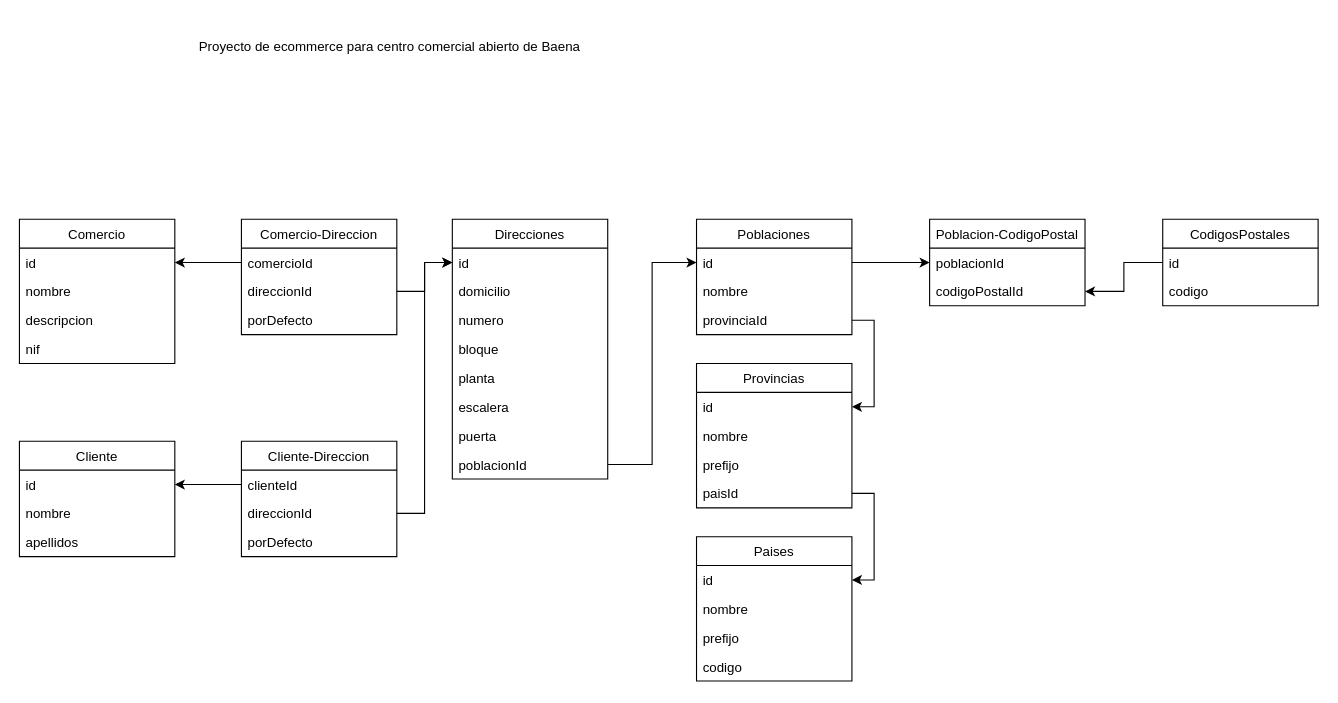
mecanicos/learningTesting keeps this draw.io diagram as Modelo relacional.drawio. Above is the earlier version. Source tidied: cells renumbered, new cells numbered last; positions are measured from the earlier drawing's top-left corner, leaving out a move shared by most shapes. Both pictures are drawn from the tidied source at 111%, with x=0, y=0 at pixel (19, 19).
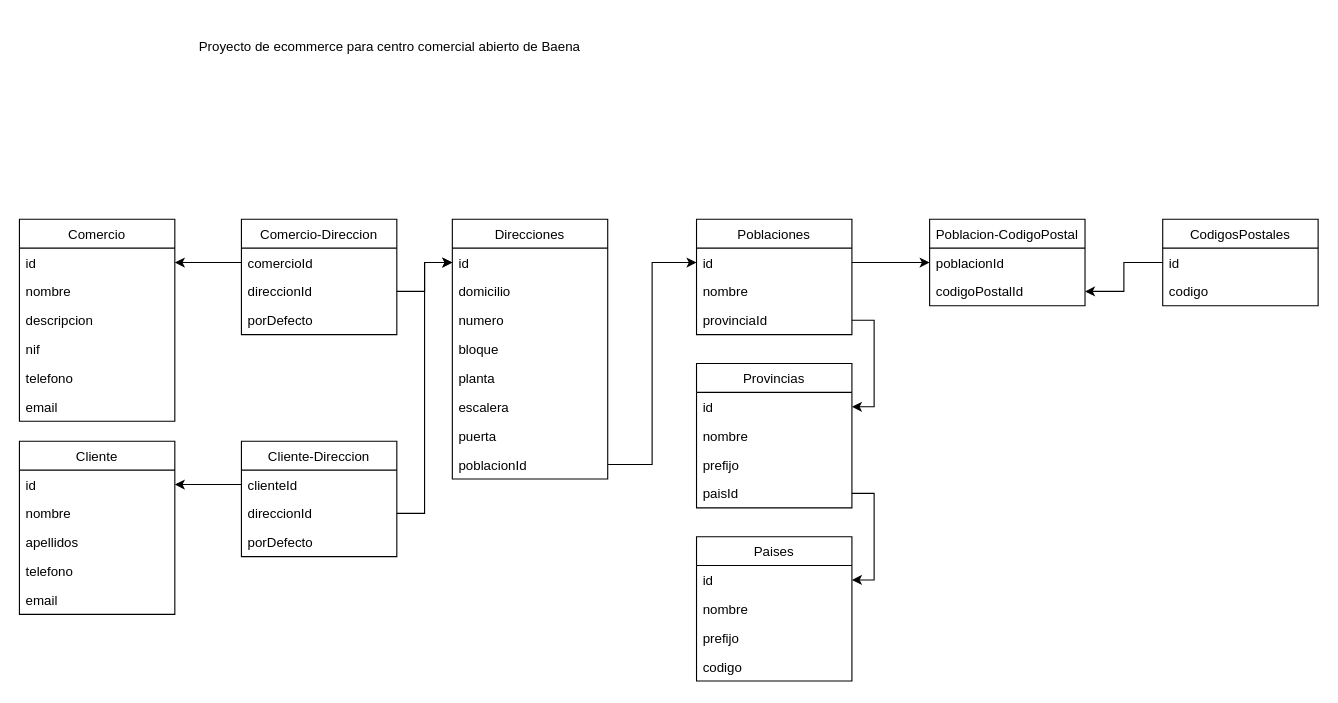
The same page after the edit.

Commit message:
Modelo relacional (wip)

What changed in the source:
```diff
@@
     <mxCell id="2" value="Comercio" style="swimlane;fontStyle=0;horizontal=1;startSize=26;fillColor=none;" parent="1" vertex="1">
-      <mxGeometry y="180" width="140" height="130" as="geometry" />
+      <mxGeometry y="180" width="140" height="182" as="geometry" />
     </mxCell>
@@
+    <mxCell id="58" value="telefono" style="text;strokeColor=none;fillColor=none;align=left;verticalAlign=top;spacingLeft=4;spacingRight=4;overflow=hidden;" parent="2" vertex="1">
+      <mxGeometry y="130" width="140" height="26" as="geometry" />
+    </mxCell>
+    <mxCell id="59" value="email" style="text;strokeColor=none;fillColor=none;align=left;verticalAlign=top;spacingLeft=4;spacingRight=4;overflow=hidden;" parent="2" vertex="1">
+      <mxGeometry y="156" width="140" height="26" as="geometry" />
+    </mxCell>
@@
     <mxCell id="42" value="Cliente" style="swimlane;fontStyle=0;horizontal=1;startSize=26;fillColor=none;" parent="1" vertex="1">
-      <mxGeometry y="380" width="140" height="104" as="geometry" />
+      <mxGeometry y="380" width="140" height="156" as="geometry" />
     </mxCell>
@@
+    <mxCell id="60" value="telefono" style="text;strokeColor=none;fillColor=none;align=left;verticalAlign=top;spacingLeft=4;spacingRight=4;overflow=hidden;" parent="42" vertex="1">
+      <mxGeometry y="104" width="140" height="26" as="geometry" />
+    </mxCell>
+    <mxCell id="61" value="email" style="text;strokeColor=none;fillColor=none;align=left;verticalAlign=top;spacingLeft=4;spacingRight=4;overflow=hidden;" parent="42" vertex="1">
+      <mxGeometry y="130" width="140" height="26" as="geometry" />
+    </mxCell>
```
